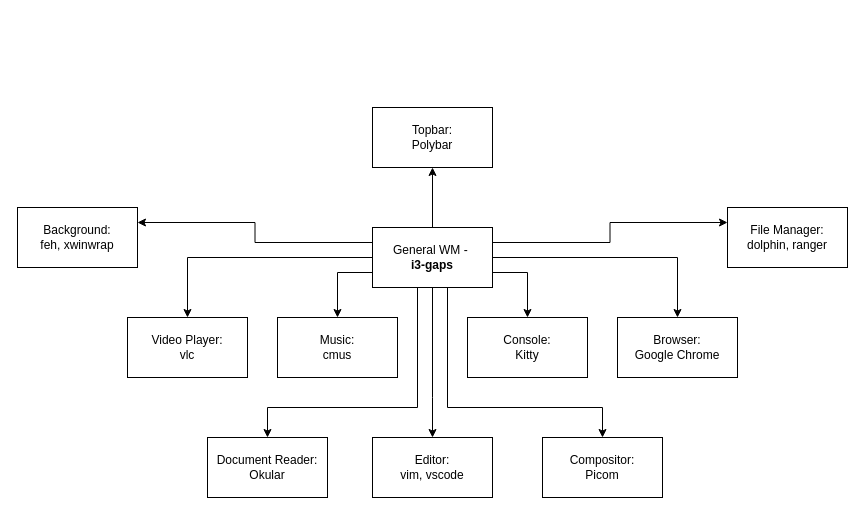
Username77177/GreatI3 keeps this draw.io diagram as diagrams/GreatI3.drawio. Above is the earlier version. Source tidied: cells renumbered, new cells numbered last; positions are measured from the earlier drawing's top-left corner, leaving out a move shared by most shapes. Both pictures are drawn from the tidied source at 100%, with x=0, y=0 at pixel (17, 107).
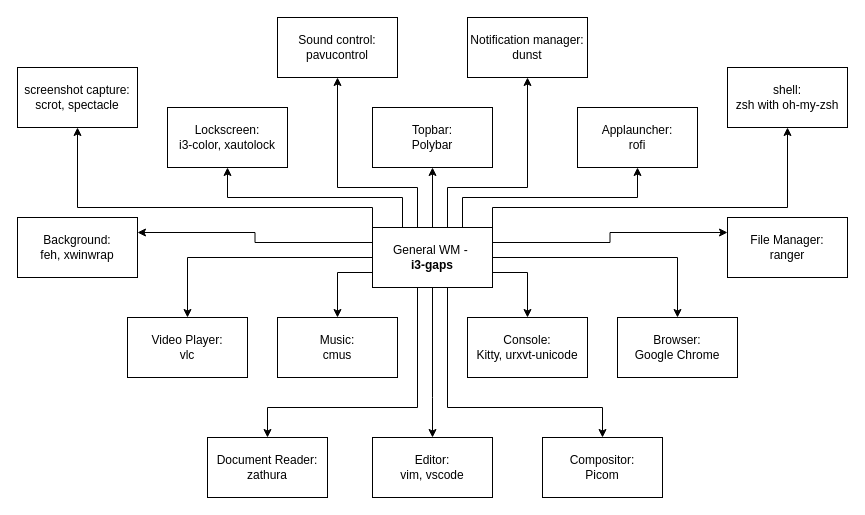
The same page after the edit.

Commit message (it also covers changes not shown here):
i3lock launcher script, wallpapers, feh config, some diagrams and table

Unchanged cells that the change refers to:
```xml
<mxCell id="12" value="General WM -&amp;nbsp;&lt;br&gt;&lt;b&gt;i3-gaps&lt;/b&gt;" style="rounded=0;whiteSpace=wrap;html=1;" parent="1" vertex="1">
  <mxGeometry x="355" y="120" width="120" height="60" as="geometry" />
</mxCell>
```

What changed in the source:
```diff
@@
+    <mxCell id="23" style="edgeStyle=orthogonalEdgeStyle;rounded=0;jettySize=auto;html=1;exitX=0.75;exitY=0;exitDx=0;exitDy=0;entryX=0.5;entryY=1;entryDx=0;entryDy=0;" parent="1" edge="1" source="12" target="30">
+      <mxGeometry relative="1" as="geometry" />
+    </mxCell>
+    <mxCell id="24" style="edgeStyle=orthogonalEdgeStyle;rounded=0;jettySize=auto;html=1;exitX=0.25;exitY=0;exitDx=0;exitDy=0;" parent="1" edge="1" source="12" target="29">
+      <mxGeometry relative="1" as="geometry" />
+    </mxCell>
+    <mxCell id="25" style="edgeStyle=orthogonalEdgeStyle;rounded=0;jettySize=auto;html=1;exitX=0.5;exitY=0;exitDx=0;exitDy=0;endArrow=classic;endFill=1;strokeColor=#000000;startArrow=none;startFill=0;" parent="1" edge="1" source="12" target="31">
+      <mxGeometry relative="1" as="geometry">
+        <Array as="points">
+          <mxPoint x="400" y="120" />
+          <mxPoint x="400" y="80" />
+          <mxPoint x="320" y="80" />
+        </Array>
+      </mxGeometry>
+    </mxCell>
+    <mxCell id="26" style="edgeStyle=orthogonalEdgeStyle;rounded=0;jettySize=auto;html=1;exitX=0.5;exitY=0;exitDx=0;exitDy=0;entryX=0.5;entryY=1;entryDx=0;entryDy=0;startArrow=none;startFill=0;endArrow=classic;endFill=1;strokeColor=#000000;" parent="1" edge="1" source="12" target="32">
+      <mxGeometry relative="1" as="geometry">
+        <Array as="points">
+          <mxPoint x="430" y="120" />
+          <mxPoint x="430" y="80" />
+          <mxPoint x="510" y="80" />
+        </Array>
+      </mxGeometry>
+    </mxCell>
+    <mxCell id="27" style="edgeStyle=orthogonalEdgeStyle;rounded=0;jettySize=auto;html=1;exitX=0;exitY=0;exitDx=0;exitDy=0;startArrow=none;startFill=0;endArrow=classic;endFill=1;strokeColor=#000000;" parent="1" edge="1" source="12" target="34">
+      <mxGeometry relative="1" as="geometry">
+        <Array as="points">
+          <mxPoint x="355" y="100" />
+          <mxPoint x="60" y="100" />
+        </Array>
+      </mxGeometry>
+    </mxCell>
+    <mxCell id="28" style="edgeStyle=orthogonalEdgeStyle;rounded=0;jettySize=auto;html=1;exitX=1;exitY=0;exitDx=0;exitDy=0;entryX=0.5;entryY=1;entryDx=0;entryDy=0;startArrow=none;startFill=0;endArrow=classic;endFill=1;strokeColor=#000000;" parent="1" edge="1" source="12" target="33">
+      <mxGeometry relative="1" as="geometry">
+        <Array as="points">
+          <mxPoint x="475" y="100" />
+          <mxPoint x="770" y="100" />
+        </Array>
+      </mxGeometry>
+    </mxCell>
@@
-    <mxCell id="15" value="Console:&lt;br&gt;Kitty" style="rounded=0;whiteSpace=wrap;html=1;" parent="1" vertex="1">
+    <mxCell id="15" value="Console:&lt;br&gt;Kitty, urxvt-unicode" style="rounded=0;whiteSpace=wrap;html=1;" parent="1" vertex="1">
       <mxGeometry x="450" y="210" width="120" height="60" as="geometry" />
     </mxCell>
@@
-    <mxCell id="18" value="Document Reader:&lt;br&gt;Okular" style="rounded=0;whiteSpace=wrap;html=1;" parent="1" vertex="1">
+    <mxCell id="18" value="Document Reader:&lt;br&gt;zathura" style="rounded=0;whiteSpace=wrap;html=1;" parent="1" vertex="1">
       <mxGeometry x="190" y="330" width="120" height="60" as="geometry" />
     </mxCell>
@@
     <mxCell id="20" value="Background:&lt;br&gt;feh, xwinwrap" style="rounded=0;whiteSpace=wrap;html=1;" parent="1" vertex="1">
-      <mxGeometry y="100" width="120" height="60" as="geometry" />
+      <mxGeometry y="110" width="120" height="60" as="geometry" />
     </mxCell>
-    <mxCell id="21" value="File Manager:&lt;br&gt;dolphin, ranger" style="rounded=0;whiteSpace=wrap;html=1;" parent="1" vertex="1">
-      <mxGeometry x="710" y="100" width="120" height="60" as="geometry" />
+    <mxCell id="21" value="File Manager:&lt;br&gt;ranger" style="rounded=0;whiteSpace=wrap;html=1;" parent="1" vertex="1">
+      <mxGeometry x="710" y="110" width="120" height="60" as="geometry" />
     </mxCell>
@@
+    <mxCell id="29" value="Lockscreen:&lt;br&gt;i3-color, xautolock" style="rounded=0;whiteSpace=wrap;html=1;" parent="1" vertex="1">
+      <mxGeometry x="150" width="120" height="60" as="geometry" />
+    </mxCell>
+    <mxCell id="30" value="Applauncher:&lt;br&gt;rofi" style="rounded=0;whiteSpace=wrap;html=1;" parent="1" vertex="1">
+      <mxGeometry x="560" width="120" height="60" as="geometry" />
+    </mxCell>
+    <mxCell id="31" value="Sound control:&lt;br&gt;pavucontrol" style="rounded=0;whiteSpace=wrap;html=1;" parent="1" vertex="1">
+      <mxGeometry x="260" y="-90" width="120" height="60" as="geometry" />
+    </mxCell>
+    <mxCell id="32" value="Notification manager:&lt;br&gt;dunst" style="rounded=0;whiteSpace=wrap;html=1;" parent="1" vertex="1">
+      <mxGeometry x="450" y="-90" width="120" height="60" as="geometry" />
+    </mxCell>
+    <mxCell id="33" value="shell:&lt;br&gt;zsh with oh-my-zsh" style="rounded=0;whiteSpace=wrap;html=1;" parent="1" vertex="1">
+      <mxGeometry x="710" y="-40" width="120" height="60" as="geometry" />
+    </mxCell>
+    <mxCell id="34" value="screenshot capture:&lt;br&gt;scrot, spectacle" style="rounded=0;whiteSpace=wrap;html=1;" parent="1" vertex="1">
+      <mxGeometry y="-40" width="120" height="60" as="geometry" />
+    </mxCell>
```
